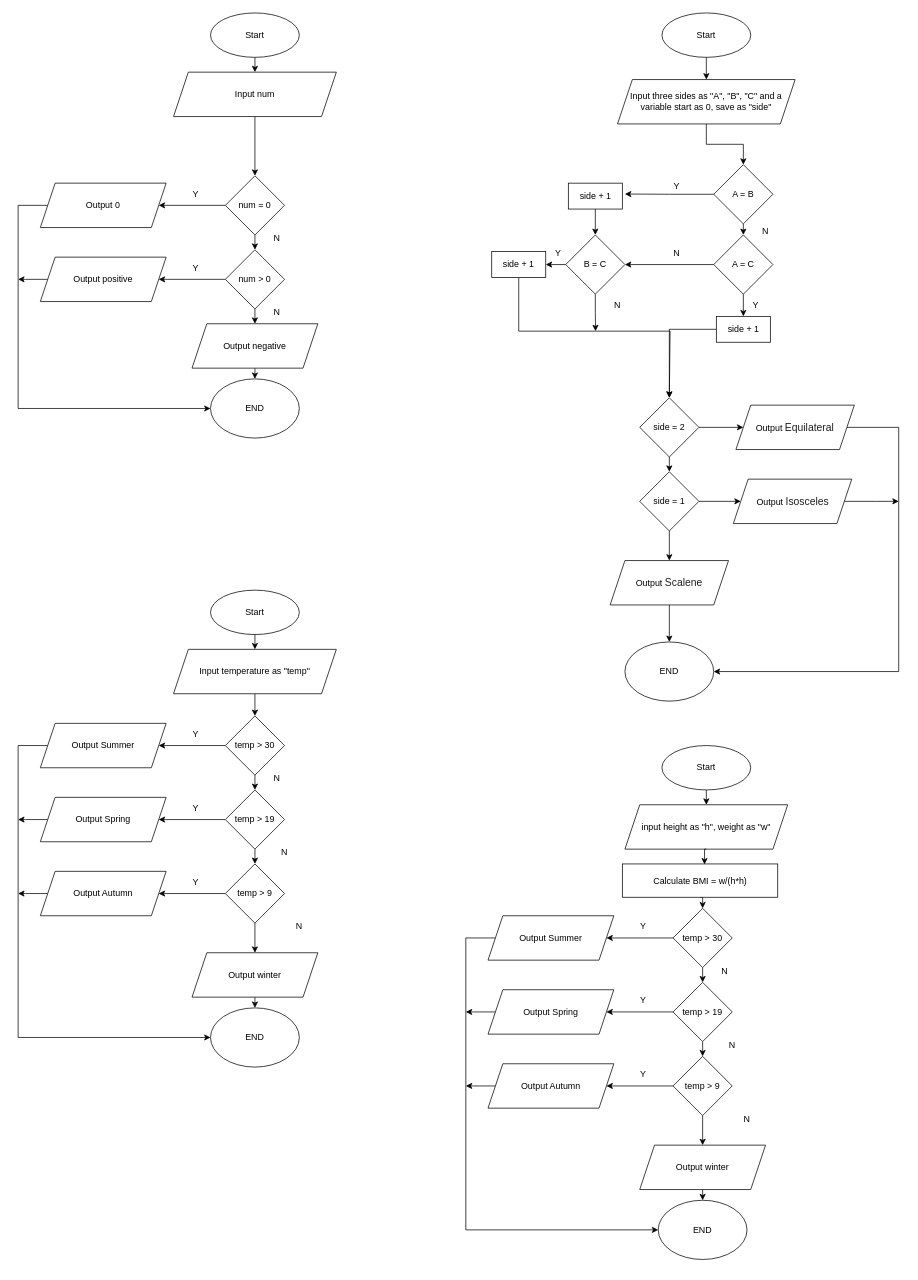
This is FlowChart.drawio from HisakoR/hisakor.github.io, a draw.io file, before an edit. Source tidied: cells renumbered, new cells numbered last; positions are measured from the earlier drawing's top-left corner, leaving out a move shared by most shapes. Both pictures are drawn from the tidied source at 74%, with x=0, y=0 at pixel (18, 13).
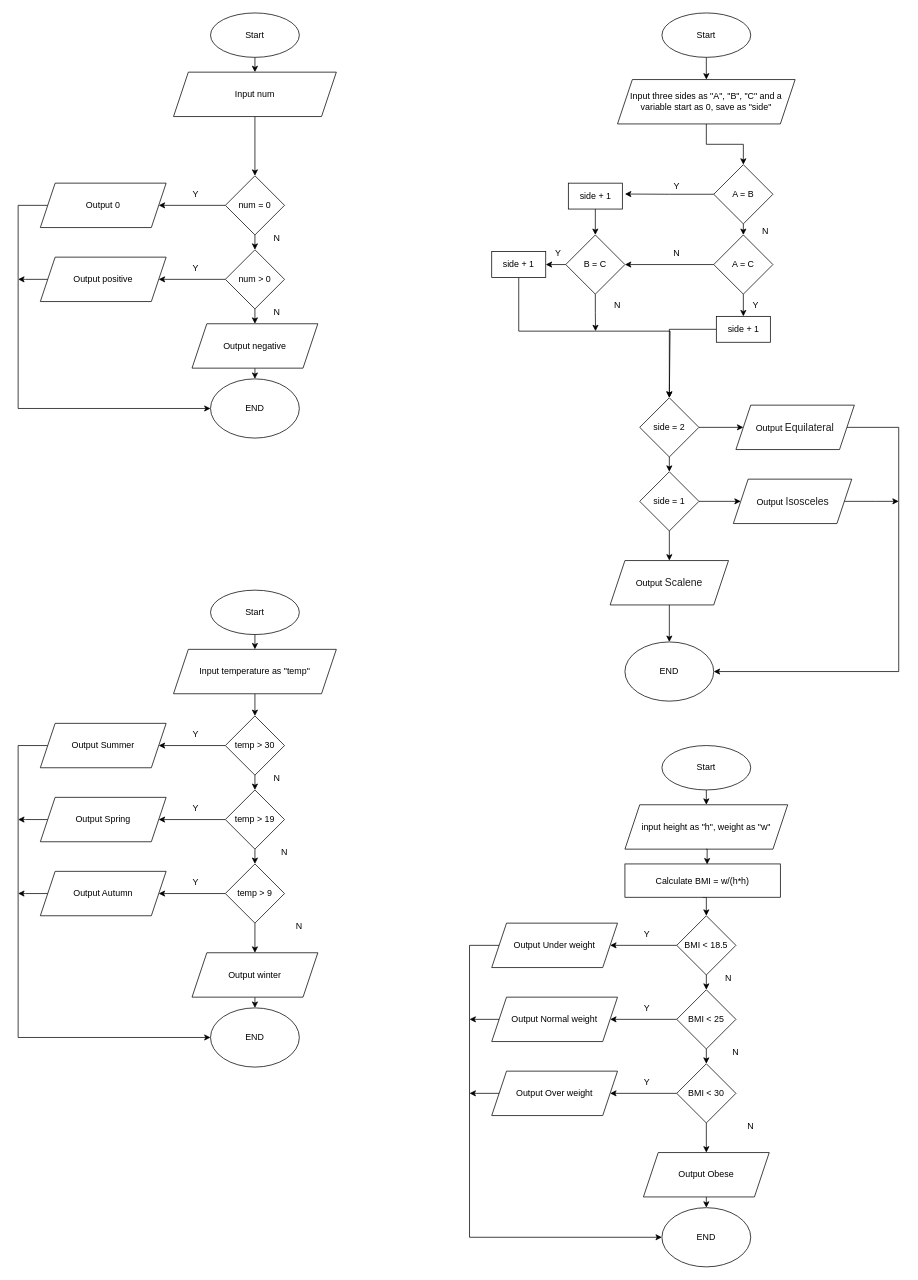
The same page after the edit.

The edit, as a diff of the source:
```diff
@@
-    <mxCell id="94" value="temp &amp;gt; 30" style="rhombus;whiteSpace=wrap;html=1;" parent="1" vertex="1">
-      <mxGeometry x="885" y="1210" width="80" height="80" as="geometry" />
+    <mxCell id="94" value="BMI &amp;lt; 18.5" style="rhombus;whiteSpace=wrap;html=1;" parent="1" vertex="1">
+      <mxGeometry x="890" y="1220" width="80" height="80" as="geometry" />
     </mxCell>
@@
-    <mxCell id="96" value="Output winter" style="shape=parallelogram;perimeter=parallelogramPerimeter;whiteSpace=wrap;html=1;fixedSize=1;" parent="1" vertex="1">
-      <mxGeometry x="840" y="1530" width="170" height="60" as="geometry" />
+    <mxCell id="96" value="Output Obese" style="shape=parallelogram;perimeter=parallelogramPerimeter;whiteSpace=wrap;html=1;fixedSize=1;" parent="1" vertex="1">
+      <mxGeometry x="845" y="1540" width="170" height="60" as="geometry" />
     </mxCell>
     <mxCell id="97" value="END" style="ellipse;whiteSpace=wrap;html=1;" parent="1" vertex="1">
-      <mxGeometry x="865" y="1604.5" width="120" height="80" as="geometry" />
+      <mxGeometry x="870" y="1614.5" width="120" height="80" as="geometry" />
     </mxCell>
@@
-    <mxCell id="100" value="temp &amp;gt; 19" style="rhombus;whiteSpace=wrap;html=1;" parent="1" vertex="1">
-      <mxGeometry x="885" y="1310" width="80" height="80" as="geometry" />
+    <mxCell id="100" value="BMI &amp;lt; 25" style="rhombus;whiteSpace=wrap;html=1;" parent="1" vertex="1">
+      <mxGeometry x="890" y="1320" width="80" height="80" as="geometry" />
     </mxCell>
     <mxCell id="101" style="edgeStyle=orthogonalEdgeStyle;rounded=0;jettySize=auto;html=1;exitX=0;exitY=0.5;exitDx=0;exitDy=0;" parent="1" edge="1" source="102">
       <mxGeometry relative="1" as="geometry">
-        <mxPoint x="605" y="1350" as="targetPoint" />
+        <mxPoint x="610" y="1360" as="targetPoint" />
       </mxGeometry>
     </mxCell>
-    <mxCell id="102" value="Output Spring" style="shape=parallelogram;perimeter=parallelogramPerimeter;whiteSpace=wrap;html=1;fixedSize=1;" parent="1" vertex="1">
-      <mxGeometry x="635" y="1320" width="170" height="60" as="geometry" />
+    <mxCell id="102" value="Output Normal weight" style="shape=parallelogram;perimeter=parallelogramPerimeter;whiteSpace=wrap;html=1;fixedSize=1;" parent="1" vertex="1">
+      <mxGeometry x="640" y="1330" width="170" height="60" as="geometry" />
     </mxCell>
     <mxCell id="103" style="edgeStyle=orthogonalEdgeStyle;rounded=0;jettySize=auto;html=1;exitX=0;exitY=0.5;exitDx=0;exitDy=0;entryX=0;entryY=0.5;entryDx=0;entryDy=0;" parent="1" edge="1" source="104" target="97">
       <mxGeometry relative="1" as="geometry">
         <Array as="points">
-          <mxPoint x="605" y="1250" />
-          <mxPoint x="605" y="1645" />
+          <mxPoint x="610" y="1260" />
+          <mxPoint x="610" y="1655" />
         </Array>
       </mxGeometry>
     </mxCell>
-    <mxCell id="104" value="Output Summer" style="shape=parallelogram;perimeter=parallelogramPerimeter;whiteSpace=wrap;html=1;fixedSize=1;" parent="1" vertex="1">
-      <mxGeometry x="635" y="1220" width="170" height="60" as="geometry" />
+    <mxCell id="104" value="Output Under weight" style="shape=parallelogram;perimeter=parallelogramPerimeter;whiteSpace=wrap;html=1;fixedSize=1;" parent="1" vertex="1">
+      <mxGeometry x="640" y="1230" width="170" height="60" as="geometry" />
     </mxCell>
     <mxCell id="105" value="Y" style="text;html=1;align=center;verticalAlign=middle;whiteSpace=wrap;rounded=0;" parent="1" vertex="1">
-      <mxGeometry x="815" y="1220" width="60" height="30" as="geometry" />
+      <mxGeometry x="820" y="1230" width="60" height="30" as="geometry" />
     </mxCell>
     <mxCell id="106" value="Y" style="text;html=1;align=center;verticalAlign=middle;whiteSpace=wrap;rounded=0;" parent="1" vertex="1">
-      <mxGeometry x="815" y="1320" width="60" height="30" as="geometry" />
+      <mxGeometry x="820" y="1330" width="60" height="30" as="geometry" />
     </mxCell>
     <mxCell id="107" value="N" style="text;html=1;align=center;verticalAlign=middle;whiteSpace=wrap;rounded=0;" parent="1" vertex="1">
-      <mxGeometry x="925" y="1280" width="60" height="30" as="geometry" />
+      <mxGeometry x="930" y="1290" width="60" height="30" as="geometry" />
     </mxCell>
     <mxCell id="108" value="N" style="text;html=1;align=center;verticalAlign=middle;whiteSpace=wrap;rounded=0;" parent="1" vertex="1">
-      <mxGeometry x="935" y="1380" width="60" height="30" as="geometry" />
+      <mxGeometry x="940" y="1390" width="60" height="30" as="geometry" />
     </mxCell>
@@
-    <mxCell id="111" value="temp &amp;gt; 9" style="rhombus;whiteSpace=wrap;html=1;" parent="1" vertex="1">
-      <mxGeometry x="885" y="1410" width="80" height="80" as="geometry" />
+    <mxCell id="111" value="BMI &amp;lt; 30" style="rhombus;whiteSpace=wrap;html=1;" parent="1" vertex="1">
+      <mxGeometry x="890" y="1420" width="80" height="80" as="geometry" />
     </mxCell>
     <mxCell id="112" style="edgeStyle=orthogonalEdgeStyle;rounded=0;jettySize=auto;html=1;exitX=0;exitY=0.5;exitDx=0;exitDy=0;" parent="1" edge="1" source="113">
       <mxGeometry relative="1" as="geometry">
-        <mxPoint x="605" y="1449.9" as="targetPoint" />
+        <mxPoint x="610" y="1459.9" as="targetPoint" />
       </mxGeometry>
     </mxCell>
-    <mxCell id="113" value="Output Autumn" style="shape=parallelogram;perimeter=parallelogramPerimeter;whiteSpace=wrap;html=1;fixedSize=1;" parent="1" vertex="1">
-      <mxGeometry x="635" y="1420" width="170" height="60" as="geometry" />
+    <mxCell id="113" value="Output Over weight" style="shape=parallelogram;perimeter=parallelogramPerimeter;whiteSpace=wrap;html=1;fixedSize=1;" parent="1" vertex="1">
+      <mxGeometry x="640" y="1430" width="170" height="60" as="geometry" />
     </mxCell>
     <mxCell id="114" value="Y" style="text;html=1;align=center;verticalAlign=middle;whiteSpace=wrap;rounded=0;" parent="1" vertex="1">
-      <mxGeometry x="815" y="1420" width="60" height="30" as="geometry" />
+      <mxGeometry x="820" y="1430" width="60" height="30" as="geometry" />
     </mxCell>
     <mxCell id="115" value="N" style="text;html=1;align=center;verticalAlign=middle;whiteSpace=wrap;rounded=0;" parent="1" vertex="1">
-      <mxGeometry x="955" y="1480" width="60" height="30" as="geometry" />
+      <mxGeometry x="960" y="1490" width="60" height="30" as="geometry" />
     </mxCell>
@@
     <mxCell id="117" value="Calculate BMI = w/(h*h)" style="rounded=0;whiteSpace=wrap;html=1;" parent="1" vertex="1">
-      <mxGeometry x="816.5" y="1150" width="210" height="45" as="geometry" />
+      <mxGeometry x="820" y="1150" width="210" height="45" as="geometry" />
     </mxCell>
```
